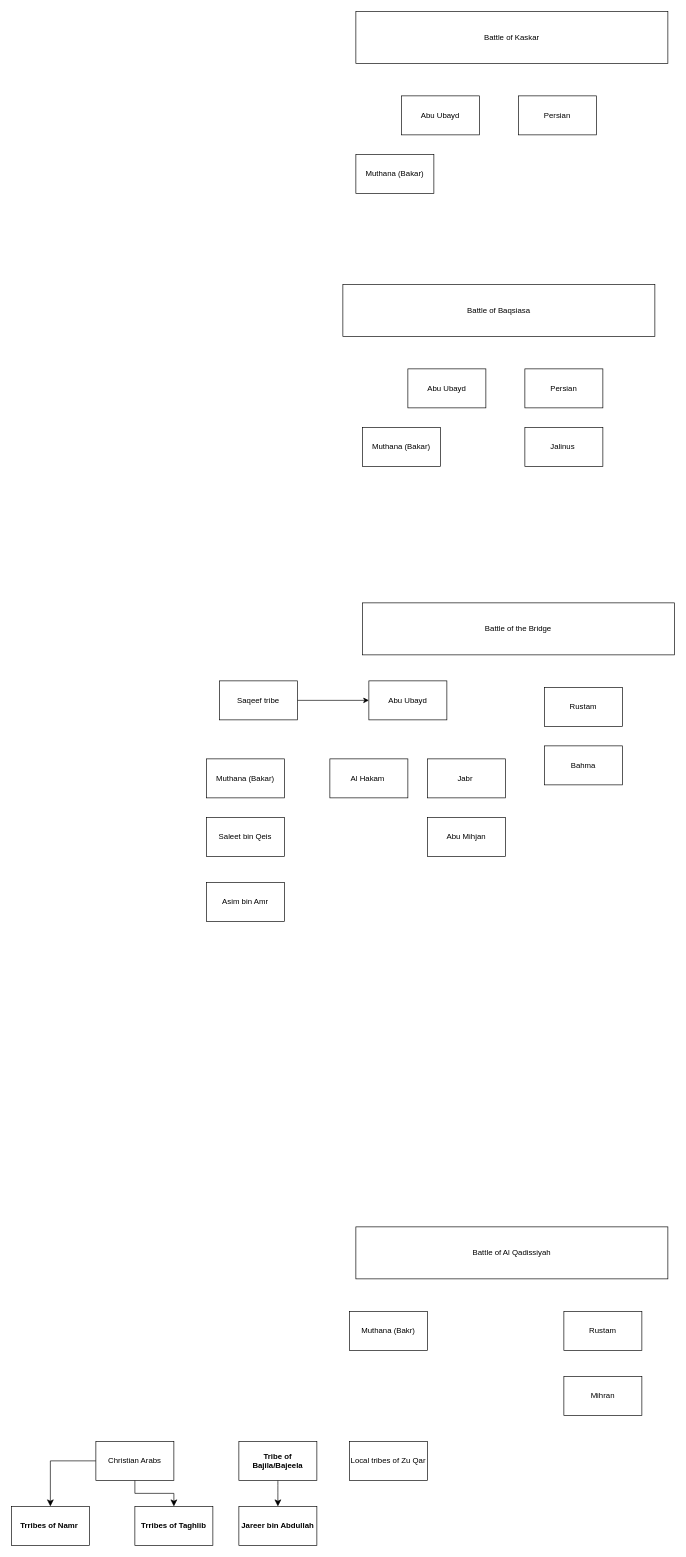
This is page "Umar" (3 of 51) of Islam Groupings.drawio from azryzdy/hobbies, a draw.io file, before an edit. Source tidied: cells renumbered, new cells numbered last; positions are measured from the earlier drawing's top-left corner, leaving out a move shared by most shapes. Both pictures are drawn from the tidied source at 65%, with x=0, y=0 at pixel (11, 11).
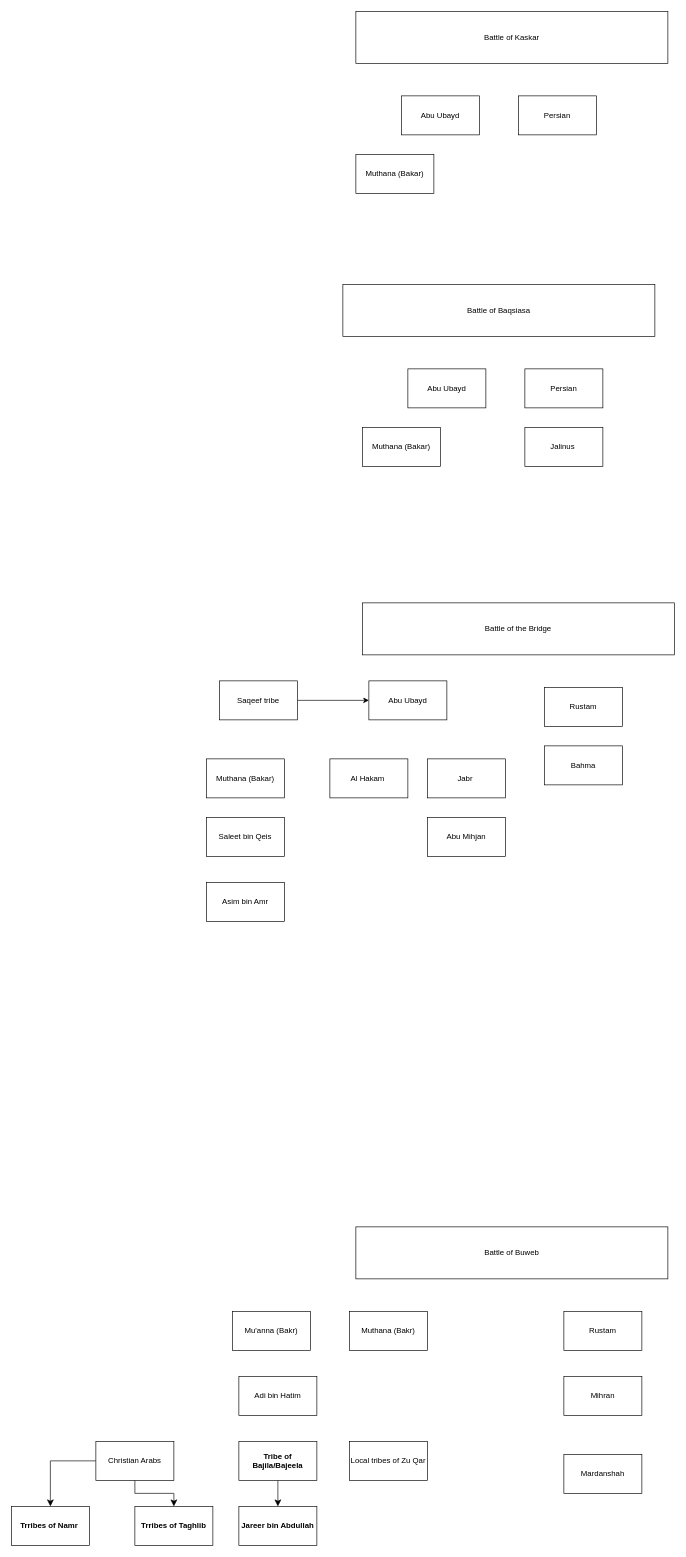
The same page after the edit.

Diff of the diagram source:
```diff
@@
-    <mxCell id="23" value="Battle of Al Qadissiyah " style="rounded=0;whiteSpace=wrap;html=1;" parent="1" vertex="1">
+    <mxCell id="23" value="Battle of Buweb" style="rounded=0;whiteSpace=wrap;html=1;" parent="1" vertex="1">
       <mxGeometry x="530" y="1870" width="480" height="80" as="geometry" />
     </mxCell>
@@
+    <mxCell id="36" value="Mardanshah " style="rounded=0;whiteSpace=wrap;html=1;" parent="1" vertex="1">
+      <mxGeometry x="850" y="2220" width="120" height="60" as="geometry" />
+    </mxCell>
+    <mxCell id="37" value="Adi bin Hatim " style="rounded=0;whiteSpace=wrap;html=1;" parent="1" vertex="1">
+      <mxGeometry x="350" y="2100" width="120" height="60" as="geometry" />
+    </mxCell>
+    <mxCell id="38" value="Mu'anna (Bakr)" style="rounded=0;whiteSpace=wrap;html=1;" parent="1" vertex="1">
+      <mxGeometry x="340" y="2000" width="120" height="60" as="geometry" />
+    </mxCell>
```
